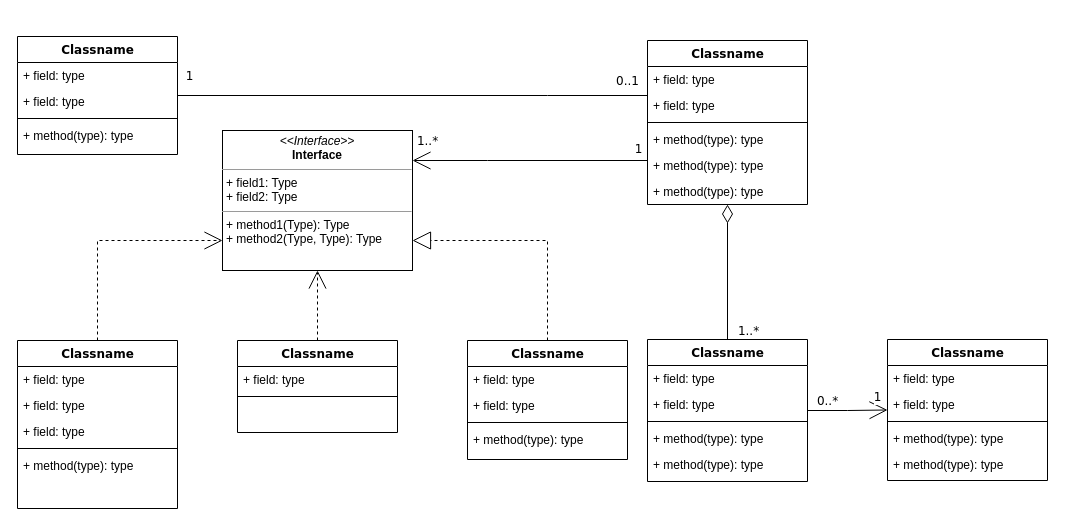
The draw.io diagram Untitled Diagram.drawio in mdavydov/codeconventions, before the edit. Source tidied: cells renumbered, new cells numbered last; positions are measured from the earlier drawing's top-left corner, leaving out a move shared by most shapes. Both pictures are drawn from the tidied source at 100%, with x=0, y=0 at pixel (17, 36).
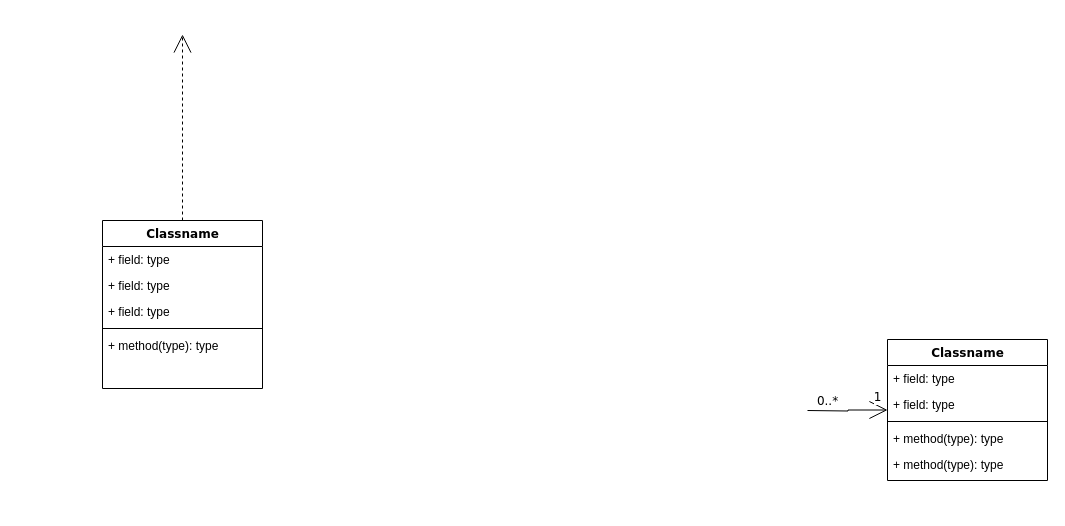
After the change.

The change refers to these unchanged cells:
```xml
<mxCell id="42" value="Classname" style="swimlane;html=1;fontStyle=1;align=center;verticalAlign=top;horizontal=1;startSize=26;swimlaneFillColor=#ffffff;rounded=0;shadow=0;comic=0;labelBackgroundColor=none;strokeWidth=1;fillColor=none;fontFamily=Verdana;fontSize=12;" parent="1" vertex="1">
  <mxGeometry x="870" y="303" width="160" height="141" as="geometry" />
</mxCell>
```

What changed in the source:
```diff
@@
-    <mxCell id="2" style="edgeStyle=orthogonalEdgeStyle;rounded=0;html=1;dashed=1;labelBackgroundColor=none;startArrow=none;startFill=0;startSize=8;endArrow=open;endFill=0;endSize=16;fontFamily=Verdana;fontSize=12;" parent="1" edge="1" source="3" target="54">
+    <mxCell id="2" style="edgeStyle=orthogonalEdgeStyle;rounded=0;html=1;dashed=1;labelBackgroundColor=none;startArrow=none;startFill=0;startSize=8;endArrow=open;endFill=0;endSize=16;fontFamily=Verdana;fontSize=12;" parent="1" edge="1" source="3">
       <mxGeometry relative="1" as="geometry">
+        <mxPoint x="165" y="-2" as="targetPoint" />
         <Array as="points">
-          <mxPoint x="80" y="204" />
+          <mxPoint x="165" y="84" />
         </Array>
       </mxGeometry>
     </mxCell>
     <mxCell id="3" value="Classname" style="swimlane;html=1;fontStyle=1;align=center;verticalAlign=top;horizontal=1;startSize=26;swimlaneFillColor=#ffffff;rounded=0;shadow=0;comic=0;labelBackgroundColor=none;strokeWidth=1;fillColor=none;fontFamily=Verdana;fontSize=12;" parent="1" vertex="1">
-      <mxGeometry y="304" width="160" height="168" as="geometry" />
+      <mxGeometry x="85" y="184" width="160" height="168" as="geometry" />
     </mxCell>
@@
-    <mxCell id="9" value="Classname" style="swimlane;html=1;fontStyle=1;align=center;verticalAlign=top;horizontal=1;startSize=26;swimlaneFillColor=#ffffff;rounded=0;shadow=0;comic=0;labelBackgroundColor=none;strokeWidth=1;fillColor=none;fontFamily=Verdana;fontSize=12;" parent="1" vertex="1">
-      <mxGeometry width="160" height="118" as="geometry" />
-    </mxCell>
-    <mxCell id="10" value="+ field: type" style="text;html=1;strokeColor=none;fillColor=none;align=left;verticalAlign=top;spacingLeft=4;spacingRight=4;whiteSpace=wrap;overflow=hidden;" parent="9" vertex="1">
-      <mxGeometry y="26" width="160" height="26" as="geometry" />
-    </mxCell>
-    <mxCell id="11" value="+ field: type" style="text;html=1;strokeColor=none;fillColor=none;align=left;verticalAlign=top;spacingLeft=4;spacingRight=4;whiteSpace=wrap;overflow=hidden;" parent="9" vertex="1">
-      <mxGeometry y="52" width="160" height="26" as="geometry" />
-    </mxCell>
-    <mxCell id="12" style="line;html=1;strokeWidth=1;fillColor=none;align=left;verticalAlign=middle;spacingTop=-1;spacingLeft=3;spacingRight=3;labelPosition=right;" parent="9" vertex="1">
-      <mxGeometry y="78" width="160" height="8" as="geometry" />
-    </mxCell>
-    <mxCell id="13" value="+ method(type): type" style="text;html=1;strokeColor=none;fillColor=none;align=left;verticalAlign=top;spacingLeft=4;spacingRight=4;whiteSpace=wrap;overflow=hidden;" parent="9" vertex="1">
-      <mxGeometry y="86" width="160" height="26" as="geometry" />
-    </mxCell>
-    <mxCell id="14" style="edgeStyle=orthogonalEdgeStyle;rounded=0;html=1;labelBackgroundColor=none;startArrow=none;startFill=0;startSize=8;endArrow=open;endFill=0;endSize=16;fontFamily=Verdana;fontSize=12;" parent="1" edge="1" source="20" target="54">
-      <mxGeometry relative="1" as="geometry">
-        <Array as="points">
-          <mxPoint x="470" y="124" />
-          <mxPoint x="470" y="124" />
-        </Array>
-      </mxGeometry>
-    </mxCell>
-    <mxCell id="15" value="1..*" style="text;html=1;align=center;verticalAlign=middle;labelBackgroundColor=#ffffff;fontSize=12;fontFamily=Verdana;" parent="14" vertex="1">
-      <mxGeometry x="0.86" y="2" relative="1" as="geometry">
-        <mxPoint x="-2" y="-22" as="offset" />
-      </mxGeometry>
-    </mxCell>
-    <mxCell id="16" value="1" style="text;html=1;align=center;verticalAlign=middle;labelBackgroundColor=#ffffff;fontSize=12;fontFamily=Verdana;" parent="14" vertex="1">
-      <mxGeometry x="0.36" y="152" relative="1" as="geometry">
-        <mxPoint x="150" y="-164" as="offset" />
-      </mxGeometry>
-    </mxCell>
-    <mxCell id="17" style="edgeStyle=orthogonalEdgeStyle;rounded=0;html=1;labelBackgroundColor=none;startArrow=none;startFill=0;startSize=8;endArrow=none;endFill=0;endSize=16;fontFamily=Verdana;fontSize=12;" parent="1" edge="1" source="20" target="9">
-      <mxGeometry relative="1" as="geometry">
-        <Array as="points">
-          <mxPoint x="530" y="59" />
-          <mxPoint x="530" y="59" />
-        </Array>
-      </mxGeometry>
-    </mxCell>
-    <mxCell id="18" value="0..1" style="text;html=1;align=center;verticalAlign=middle;labelBackgroundColor=#ffffff;fontSize=12;fontFamily=Verdana;" parent="17" vertex="1">
-      <mxGeometry x="-0.57" y="-86" relative="1" as="geometry">
-        <mxPoint x="80" y="71" as="offset" />
-      </mxGeometry>
-    </mxCell>
-    <mxCell id="19" value="1" style="text;html=1;align=center;verticalAlign=middle;labelBackgroundColor=#ffffff;fontSize=12;fontFamily=Verdana;" parent="17" vertex="1">
-      <mxGeometry x="0.89" y="-1" relative="1" as="geometry">
-        <mxPoint x="-15" y="-19" as="offset" />
-      </mxGeometry>
-    </mxCell>
-    <mxCell id="20" value="Classname" style="swimlane;html=1;fontStyle=1;align=center;verticalAlign=top;horizontal=1;startSize=26;swimlaneFillColor=#ffffff;rounded=0;shadow=0;comic=0;labelBackgroundColor=none;strokeWidth=1;fillColor=none;fontFamily=Verdana;fontSize=12;" parent="1" vertex="1">
-      <mxGeometry x="630" y="4" width="160" height="164" as="geometry" />
-    </mxCell>
-    <mxCell id="21" value="+ field: type" style="text;html=1;strokeColor=none;fillColor=none;align=left;verticalAlign=top;spacingLeft=4;spacingRight=4;whiteSpace=wrap;overflow=hidden;" parent="20" vertex="1">
-      <mxGeometry y="26" width="160" height="26" as="geometry" />
-    </mxCell>
-    <mxCell id="22" value="+ field: type" style="text;html=1;strokeColor=none;fillColor=none;align=left;verticalAlign=top;spacingLeft=4;spacingRight=4;whiteSpace=wrap;overflow=hidden;" parent="20" vertex="1">
-      <mxGeometry y="52" width="160" height="26" as="geometry" />
-    </mxCell>
-    <mxCell id="23" style="line;html=1;strokeWidth=1;fillColor=none;align=left;verticalAlign=middle;spacingTop=-1;spacingLeft=3;spacingRight=3;labelPosition=right;" parent="20" vertex="1">
-      <mxGeometry y="78" width="160" height="8" as="geometry" />
-    </mxCell>
-    <mxCell id="24" value="+ method(type): type" style="text;html=1;strokeColor=none;fillColor=none;align=left;verticalAlign=top;spacingLeft=4;spacingRight=4;whiteSpace=wrap;overflow=hidden;" parent="20" vertex="1">
-      <mxGeometry y="86" width="160" height="26" as="geometry" />
-    </mxCell>
-    <mxCell id="25" value="+ method(type): type" style="text;html=1;strokeColor=none;fillColor=none;align=left;verticalAlign=top;spacingLeft=4;spacingRight=4;whiteSpace=wrap;overflow=hidden;" parent="20" vertex="1">
-      <mxGeometry y="112" width="160" height="26" as="geometry" />
-    </mxCell>
-    <mxCell id="26" value="+ method(type): type" style="text;html=1;strokeColor=none;fillColor=none;align=left;verticalAlign=top;spacingLeft=4;spacingRight=4;whiteSpace=wrap;overflow=hidden;" parent="20" vertex="1">
-      <mxGeometry y="138" width="160" height="26" as="geometry" />
-    </mxCell>
-    <mxCell id="27" style="edgeStyle=orthogonalEdgeStyle;rounded=0;html=1;dashed=1;labelBackgroundColor=none;startArrow=none;startFill=0;startSize=8;endArrow=open;endFill=0;endSize=16;fontFamily=Verdana;fontSize=12;" parent="1" edge="1" source="28" target="54">
-      <mxGeometry relative="1" as="geometry" />
-    </mxCell>
-    <mxCell id="28" value="Classname" style="swimlane;html=1;fontStyle=1;align=center;verticalAlign=top;horizontal=1;startSize=26;swimlaneFillColor=#ffffff;rounded=0;shadow=0;comic=0;labelBackgroundColor=none;strokeWidth=1;fillColor=none;fontFamily=Verdana;fontSize=12;" parent="1" vertex="1">
-      <mxGeometry x="220" y="304" width="160" height="92" as="geometry" />
-    </mxCell>
-    <mxCell id="29" value="+ field: type" style="text;html=1;strokeColor=none;fillColor=none;align=left;verticalAlign=top;spacingLeft=4;spacingRight=4;whiteSpace=wrap;overflow=hidden;" parent="28" vertex="1">
-      <mxGeometry y="26" width="160" height="26" as="geometry" />
-    </mxCell>
-    <mxCell id="30" style="line;html=1;strokeWidth=1;fillColor=none;align=left;verticalAlign=middle;spacingTop=-1;spacingLeft=3;spacingRight=3;labelPosition=right;" parent="28" vertex="1">
-      <mxGeometry y="52" width="160" height="8" as="geometry" />
-    </mxCell>
-    <mxCell id="31" style="edgeStyle=orthogonalEdgeStyle;rounded=0;html=1;labelBackgroundColor=none;startArrow=none;startFill=0;startSize=8;endArrow=diamondThin;endFill=0;endSize=16;fontFamily=Verdana;fontSize=12;" parent="1" edge="1" source="36" target="20">
-      <mxGeometry relative="1" as="geometry" />
-    </mxCell>
-    <mxCell id="32" value="1..*" style="text;html=1;align=center;verticalAlign=middle;labelBackgroundColor=#ffffff;fontSize=12;fontFamily=Verdana;" parent="31" vertex="1">
-      <mxGeometry x="-0.85" y="-1" relative="1" as="geometry">
-        <mxPoint x="19" y="1" as="offset" />
-      </mxGeometry>
-    </mxCell>
-    <mxCell id="33" style="edgeStyle=orthogonalEdgeStyle;rounded=0;html=1;labelBackgroundColor=none;startArrow=none;startFill=0;startSize=8;endArrow=open;endFill=0;endSize=16;fontFamily=Verdana;fontSize=12;" parent="1" edge="1" source="36" target="42">
-      <mxGeometry relative="1" as="geometry" />
+    <mxCell id="33" style="edgeStyle=orthogonalEdgeStyle;rounded=0;html=1;labelBackgroundColor=none;startArrow=none;startFill=0;startSize=8;endArrow=open;endFill=0;endSize=16;fontFamily=Verdana;fontSize=12;" parent="1" edge="1" target="42">
+      <mxGeometry relative="1" as="geometry">
+        <mxPoint x="790" y="374" as="sourcePoint" />
+      </mxGeometry>
     </mxCell>
@@
-    <mxCell id="36" value="Classname" style="swimlane;html=1;fontStyle=1;align=center;verticalAlign=top;horizontal=1;startSize=26;swimlaneFillColor=#ffffff;rounded=0;shadow=0;comic=0;labelBackgroundColor=none;strokeWidth=1;fillColor=none;fontFamily=Verdana;fontSize=12;" parent="1" vertex="1">
-      <mxGeometry x="630" y="303" width="160" height="142" as="geometry" />
-    </mxCell>
-    <mxCell id="37" value="+ field: type" style="text;html=1;strokeColor=none;fillColor=none;align=left;verticalAlign=top;spacingLeft=4;spacingRight=4;whiteSpace=wrap;overflow=hidden;" parent="36" vertex="1">
-      <mxGeometry y="26" width="160" height="26" as="geometry" />
-    </mxCell>
-    <mxCell id="38" value="+ field: type" style="text;html=1;strokeColor=none;fillColor=none;align=left;verticalAlign=top;spacingLeft=4;spacingRight=4;whiteSpace=wrap;overflow=hidden;" parent="36" vertex="1">
-      <mxGeometry y="52" width="160" height="26" as="geometry" />
-    </mxCell>
-    <mxCell id="39" style="line;html=1;strokeWidth=1;fillColor=none;align=left;verticalAlign=middle;spacingTop=-1;spacingLeft=3;spacingRight=3;labelPosition=right;" parent="36" vertex="1">
-      <mxGeometry y="78" width="160" height="8" as="geometry" />
-    </mxCell>
-    <mxCell id="40" value="+ method(type): type" style="text;html=1;strokeColor=none;fillColor=none;align=left;verticalAlign=top;spacingLeft=4;spacingRight=4;whiteSpace=wrap;overflow=hidden;" parent="36" vertex="1">
-      <mxGeometry y="86" width="160" height="26" as="geometry" />
-    </mxCell>
-    <mxCell id="41" value="+ method(type): type" style="text;html=1;strokeColor=none;fillColor=none;align=left;verticalAlign=top;spacingLeft=4;spacingRight=4;whiteSpace=wrap;overflow=hidden;" parent="36" vertex="1">
-      <mxGeometry y="112" width="160" height="26" as="geometry" />
-    </mxCell>
@@
-    <mxCell id="48" style="edgeStyle=orthogonalEdgeStyle;rounded=0;html=1;dashed=1;labelBackgroundColor=none;startArrow=none;startFill=0;startSize=8;endArrow=block;endFill=0;endSize=16;fontFamily=Verdana;fontSize=12;" parent="1" edge="1" source="49" target="54">
-      <mxGeometry relative="1" as="geometry">
-        <Array as="points">
-          <mxPoint x="530" y="204" />
-        </Array>
-      </mxGeometry>
-    </mxCell>
-    <mxCell id="49" value="Classname" style="swimlane;html=1;fontStyle=1;align=center;verticalAlign=top;horizontal=1;startSize=26;swimlaneFillColor=#ffffff;rounded=0;shadow=0;comic=0;labelBackgroundColor=none;strokeWidth=1;fillColor=none;fontFamily=Verdana;fontSize=12;" parent="1" vertex="1">
-      <mxGeometry x="450" y="304" width="160" height="119" as="geometry" />
-    </mxCell>
-    <mxCell id="50" value="+ field: type" style="text;html=1;strokeColor=none;fillColor=none;align=left;verticalAlign=top;spacingLeft=4;spacingRight=4;whiteSpace=wrap;overflow=hidden;" parent="49" vertex="1">
-      <mxGeometry y="26" width="160" height="26" as="geometry" />
-    </mxCell>
-    <mxCell id="51" value="+ field: type" style="text;html=1;strokeColor=none;fillColor=none;align=left;verticalAlign=top;spacingLeft=4;spacingRight=4;whiteSpace=wrap;overflow=hidden;" parent="49" vertex="1">
-      <mxGeometry y="52" width="160" height="26" as="geometry" />
-    </mxCell>
-    <mxCell id="52" style="line;html=1;strokeWidth=1;fillColor=none;align=left;verticalAlign=middle;spacingTop=-1;spacingLeft=3;spacingRight=3;labelPosition=right;" parent="49" vertex="1">
-      <mxGeometry y="78" width="160" height="8" as="geometry" />
-    </mxCell>
-    <mxCell id="53" value="+ method(type): type" style="text;html=1;strokeColor=none;fillColor=none;align=left;verticalAlign=top;spacingLeft=4;spacingRight=4;whiteSpace=wrap;overflow=hidden;" parent="49" vertex="1">
-      <mxGeometry y="86" width="160" height="26" as="geometry" />
-    </mxCell>
-    <mxCell id="54" value="&lt;p style=&quot;margin:0px;margin-top:4px;text-align:center;&quot;&gt;&lt;i&gt;&amp;lt;&amp;lt;Interface&amp;gt;&amp;gt;&lt;/i&gt;&lt;br/&gt;&lt;b&gt;Interface&lt;/b&gt;&lt;/p&gt;&lt;hr size=&quot;1&quot;/&gt;&lt;p style=&quot;margin:0px;margin-left:4px;&quot;&gt;+ field1: Type&lt;br/&gt;+ field2: Type&lt;/p&gt;&lt;hr size=&quot;1&quot;/&gt;&lt;p style=&quot;margin:0px;margin-left:4px;&quot;&gt;+ method1(Type): Type&lt;br/&gt;+ method2(Type, Type): Type&lt;/p&gt;" style="verticalAlign=top;align=left;overflow=fill;fontSize=12;fontFamily=Helvetica;html=1;rounded=0;shadow=0;comic=0;labelBackgroundColor=none;strokeWidth=1;" parent="1" vertex="1">
-      <mxGeometry x="205" y="94" width="190" height="140" as="geometry" />
-    </mxCell>
```
